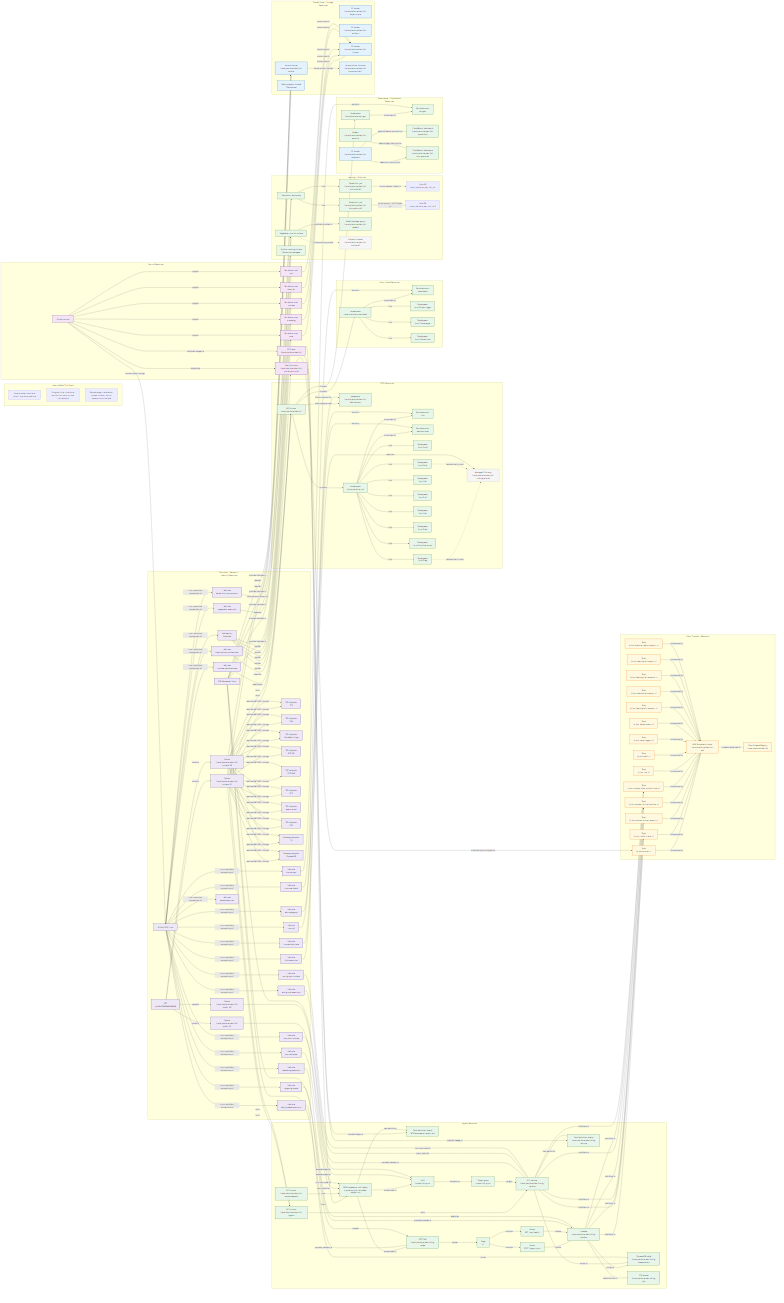
EsosaOrumwese/fraud-detection-system keeps this Mermaid diagram as docs/design/platform/dev_full/graph/dev_full_platform_resources_current_v0.mermaid.png. Above is the earlier version. Its source is kept beside it as docs/design/platform/dev_full/graph/dev_full_platform_resources_current_v0.mermaid.mmd.
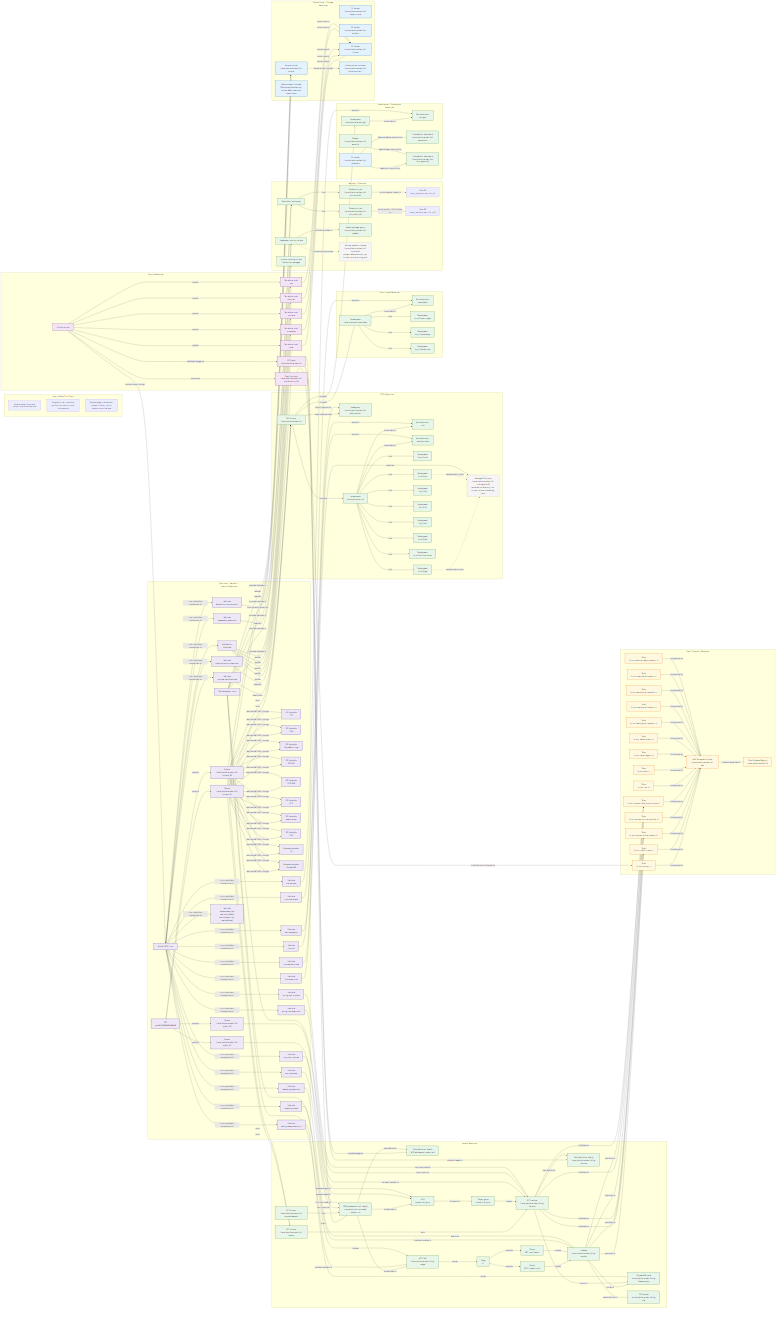
The same diagram one commit later.

Commit message:
Clarify graph labels across dev_full set: specify retained surfaces and handle-only resources for Managed Flink, SageMaker, Redis, and MWAA IAM role; rerender affected PNGs.

Diff of the diagram source:
```diff
@@ -73,7 +73,7 @@
     AL["Deployment<br>fp-pr3-al"]
     DLA["Deployment<br>fp-pr3-dla"]
     ARCHIVE["Deployment<br>fp-pr3-archive-writer"]
-    MSF["Managed Flink app<br>fraud-platform-dev-full-rtdl-ieg-ofp-v0"]
+    MSF["Managed Flink app<br>fraud-platform-dev-full-rtdl-ieg-ofp-v0<br>retained surface only, not current active processing path"]
   end
 
   subgraph CASELABEL["Case / Label Resources"]
@@ -92,7 +92,7 @@
     GLUEDB2["Glue DB<br>fraud_platform_dev_full_m15"]
     SM["SageMaker control surface"]
     SMPKG["Model package group<br>fraud-platform-dev-full-models"]
-    SMENDPT["Endpoint handle<br>fraud-platform-dev-full-online-v0"]
+    SMENDPT["Serving endpoint handle<br>fraud-platform-dev-full-online-v0<br>pinned reference only, not current active serving path"]
     MLFLOW["MLflow tracking surface<br>Databricks-managed"]
   end
 
@@ -111,7 +111,7 @@
     TFSTATE["S3 bucket<br>fraud-platform-dev-full-tfstate"]
     AURORA["Aurora cluster<br>fraud-platform-dev-full-aurora"]
     AURWRITER["Aurora writer instance<br>fraud-platform-dev-full-aurora-writer-1"]
-    REDISH["Redis endpoint handle<br>SSM-backed"]
+    REDISH["Redis endpoint handle<br>SSM-backed handle only, no live Redis resource shown here"]
   end
 
   subgraph SUBSTRATE["Substrate / Network / Identity Resources"]
@@ -150,7 +150,7 @@
     ROLEIRSAOBS["IAM role<br>irsa-obs-gov"]
     ROLEDBX["IAM role<br>databricks cross-account"]
     ROLESM["IAM role<br>sagemaker execution"]
-    ROLEMWAA["IAM role<br>mwaa-execution"]
+    ROLEMWAA["IAM role<br>mwaa-execution<br>role only, MWAA environment not materialized"]
   end
 
   GHA -->|applies| TFCORE
```
